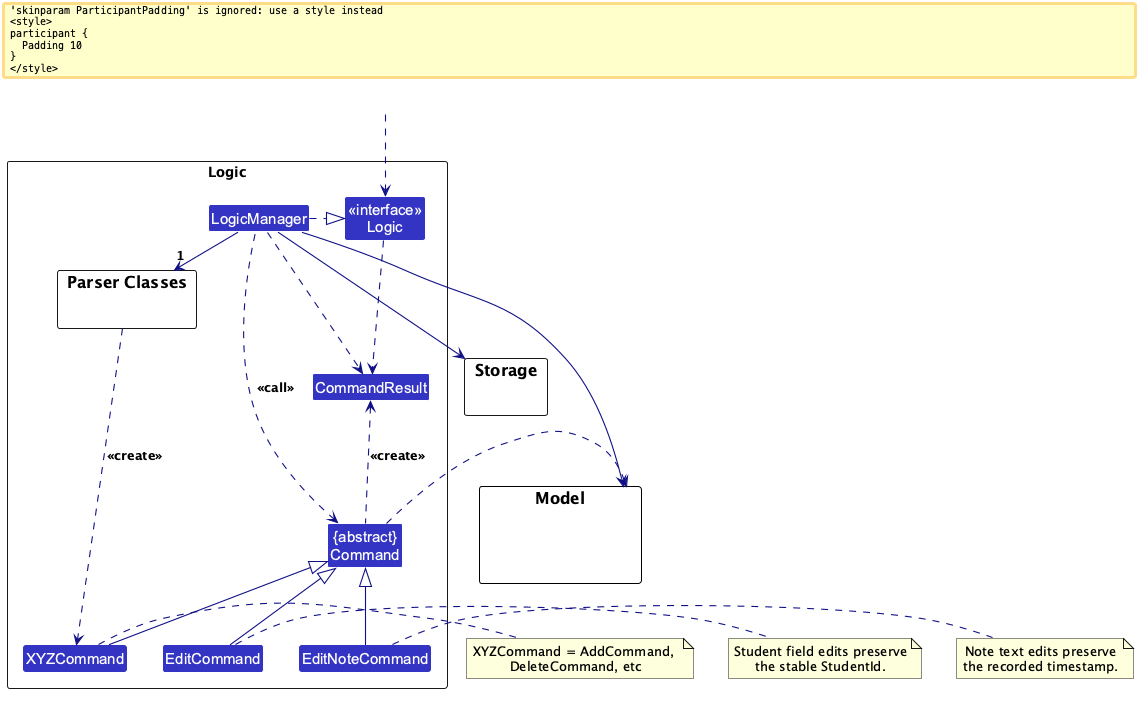
The PlantUML diagram docs/images/LogicClassDiagram.png in AY2627S1-CS2103T-F09-1/tp, before a commit.
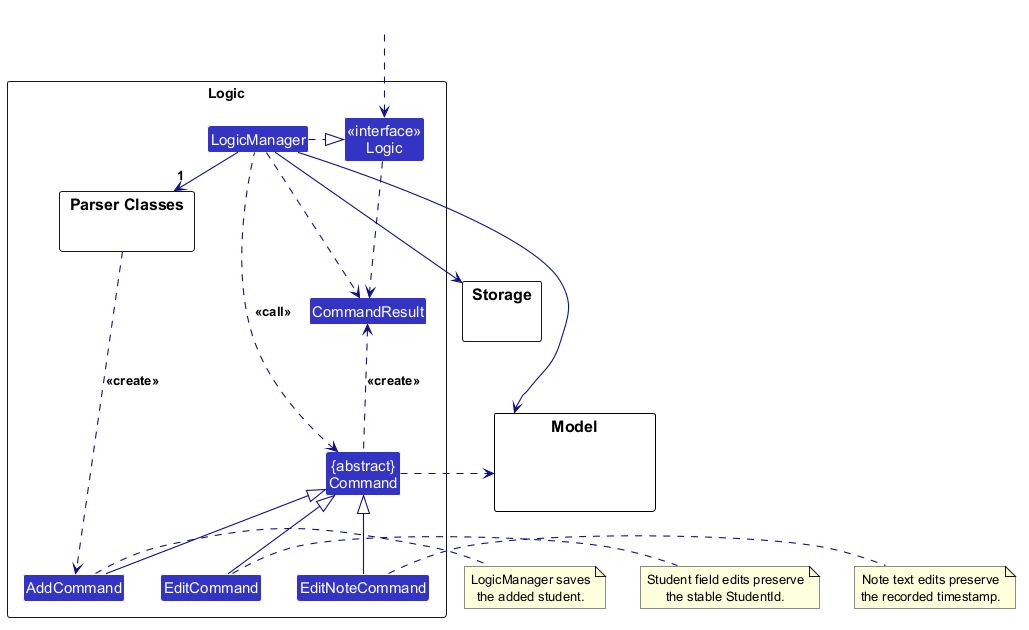
Above is the later version.

What changed in the source:
```diff
@@ -8,7 +8,7 @@
 
 package "Parser Classes" as ParserClasses{
 }
-Class XYZCommand
+Class AddCommand
 Class EditCommand
 Class EditNoteCommand
 Class CommandResult
@@ -31,9 +31,9 @@
 
 LogicManager .right.|> Logic
 LogicManager -right->"1" ParserClasses
-ParserClasses ..> XYZCommand : <<create>>
+ParserClasses ..> AddCommand : <<create>>
 
-XYZCommand -up-|> Command
+AddCommand -up-|> Command
 EditCommand -up-|> Command
 EditNoteCommand -up-|> Command
 LogicManager .left.> Command : <<call>>
@@ -43,7 +43,7 @@
 Storage --[hidden] Model
 Command .[hidden]up.> Storage
 Command .right.> Model
-note right of XYZCommand: XYZCommand = AddCommand, \nDeleteCommand, etc
+note right of AddCommand: LogicManager saves\nthe added student.
 note right of EditCommand: Student field edits preserve\nthe stable StudentId.
 note right of EditNoteCommand: Note text edits preserve\nthe recorded timestamp.
 
```
